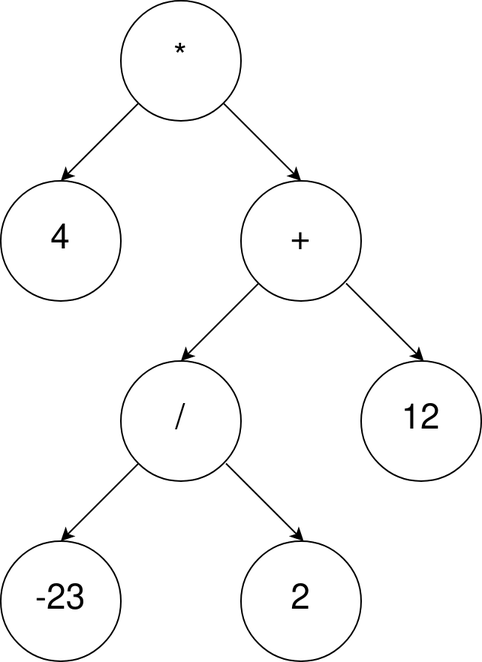
The draw.io diagram memoria/images/arbol_exp_matematica.png in advy99/TFG, before a commit. Source tidied: cells renumbered, new cells last; positions are measured from the earlier drawing's top-left corner, leaving out a move shared by most shapes.
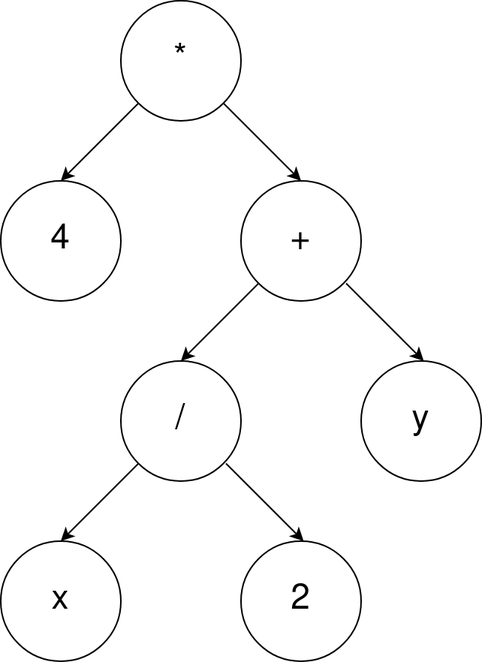
Above is the later version.

Commit message:
acabo programacion genetica

The edit, as a diff of the source:
```diff
@@ -14,10 +14,10 @@
     <mxCell id="5" value="/" style="ellipse;whiteSpace=wrap;html=1;fontSize=23;" parent="1" vertex="1">
       <mxGeometry x="80" y="240" width="80" height="80" as="geometry" />
     </mxCell>
-    <mxCell id="6" value="12" style="ellipse;whiteSpace=wrap;html=1;fontSize=23;" parent="1" vertex="1">
+    <mxCell id="6" value="y" style="ellipse;whiteSpace=wrap;html=1;fontSize=23;" parent="1" vertex="1">
       <mxGeometry x="240" y="240" width="80" height="80" as="geometry" />
     </mxCell>
-    <mxCell id="7" value="-23" style="ellipse;whiteSpace=wrap;html=1;fontSize=23;" parent="1" vertex="1">
+    <mxCell id="7" value="x" style="ellipse;whiteSpace=wrap;html=1;fontSize=23;" parent="1" vertex="1">
       <mxGeometry y="360" width="80" height="80" as="geometry" />
     </mxCell>
     <mxCell id="8" value="2" style="ellipse;whiteSpace=wrap;html=1;fontSize=23;" parent="1" vertex="1">
```
